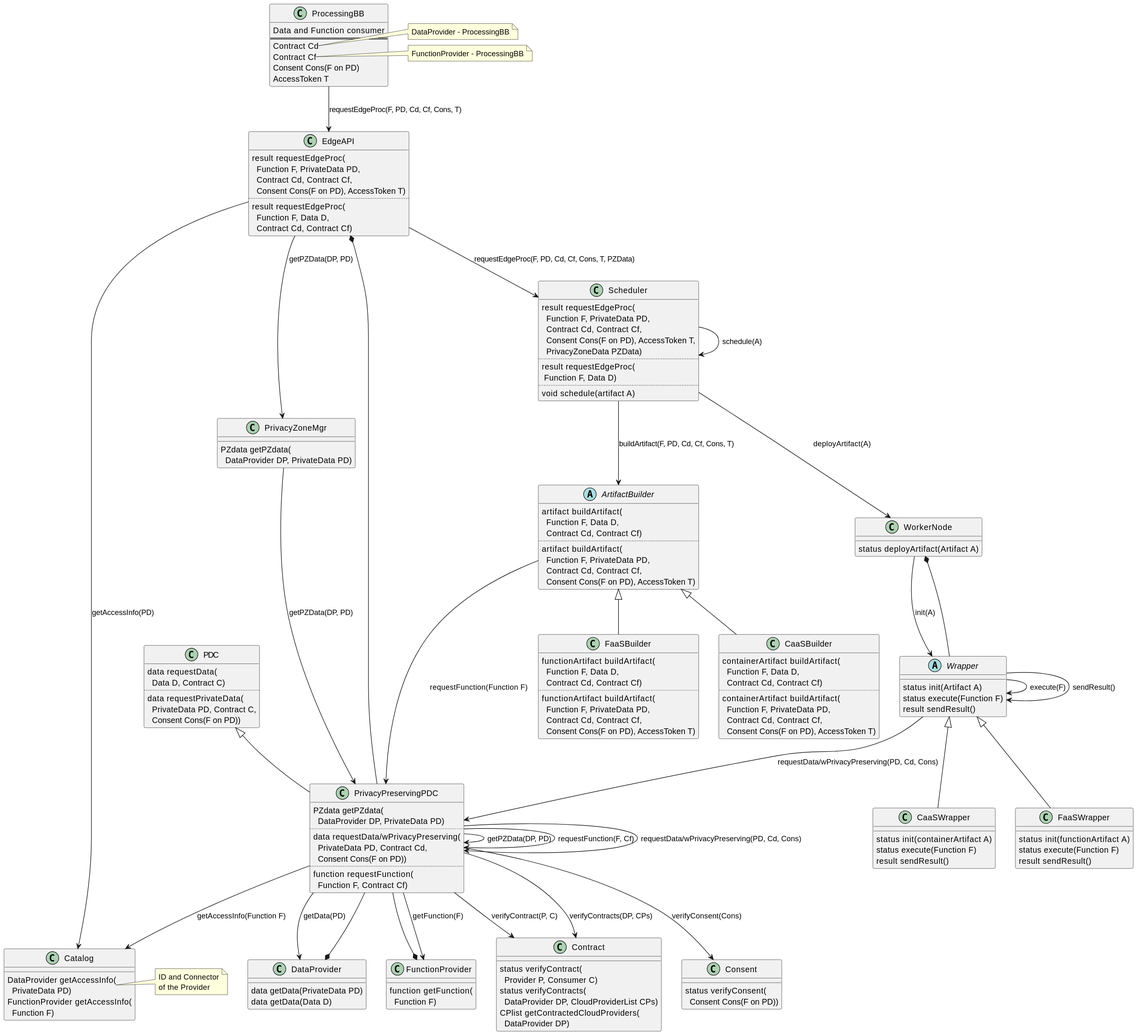
Earlier version of the PlantUML export docs/diagrams/edge-computing-bb-class-diag.svg (Prometheus-X-association/edge-computing).
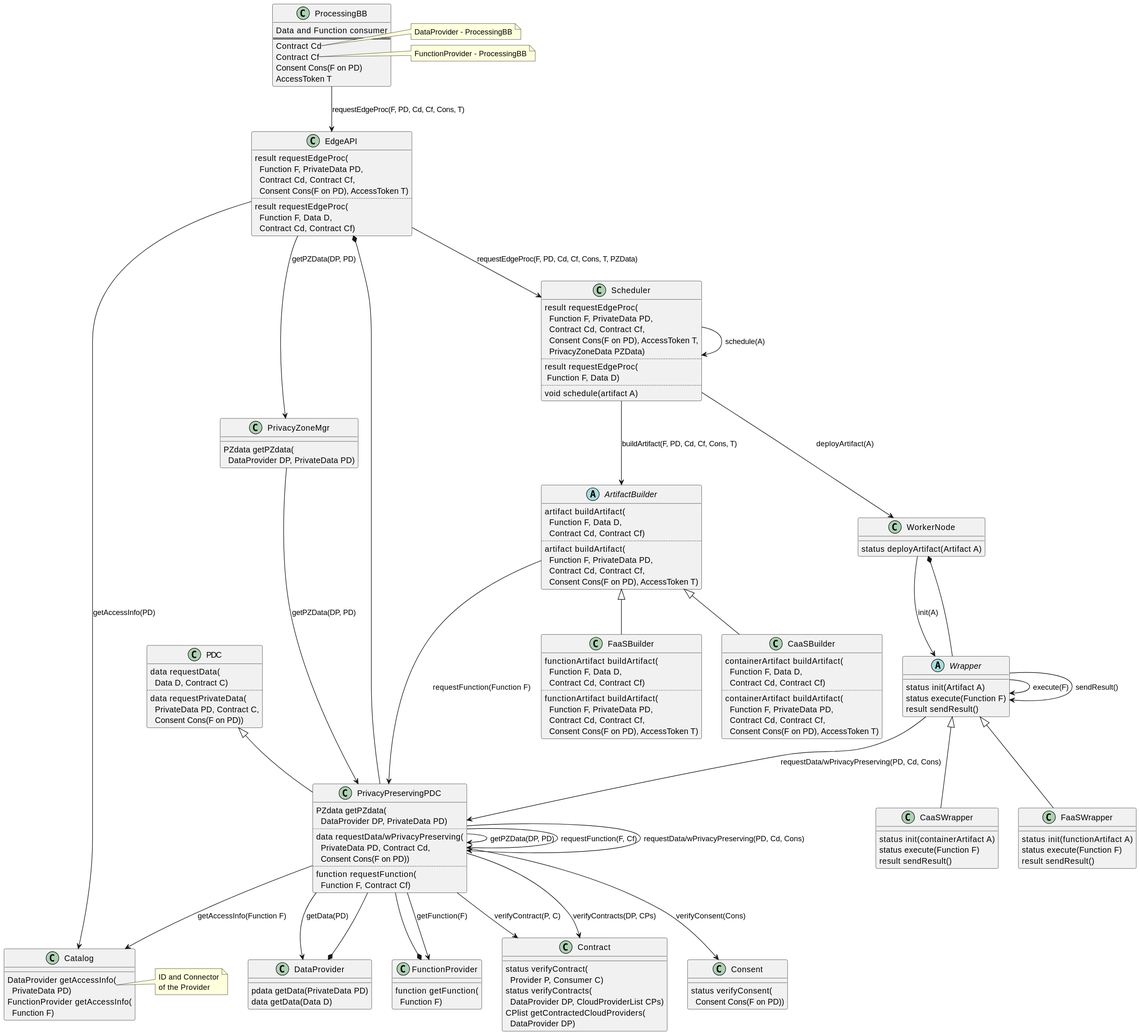
The same file after the commit.

Commit message:
update class and seq diagrams

Diff of the diagram source:
```diff
@@ -36,7 +36,7 @@
     {method} status verifyConsent(\n  Consent Cons(F on PD))
 }
 class DataProvider {
-    {method} data getData(PrivateData PD)
+    {method} pdata getData(PrivateData PD)
     {method} data getData(Data D)
 }
 class FunctionProvider {
```
